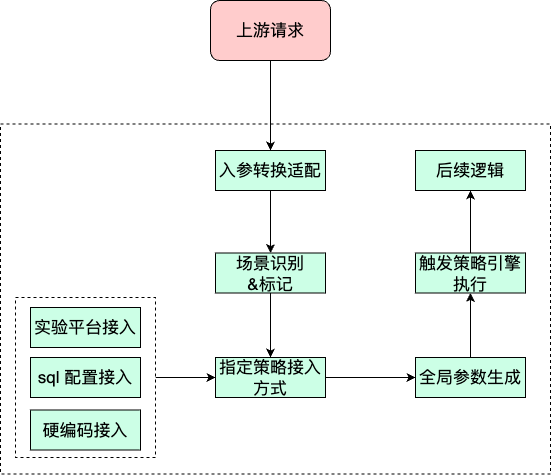
Earlier version of the draw.io export 策略配置方案分析.png (liujunao/draw-data). Source tidied: cells renumbered, new cells last; positions are measured from the earlier drawing's top-left corner, leaving out a move shared by most shapes.
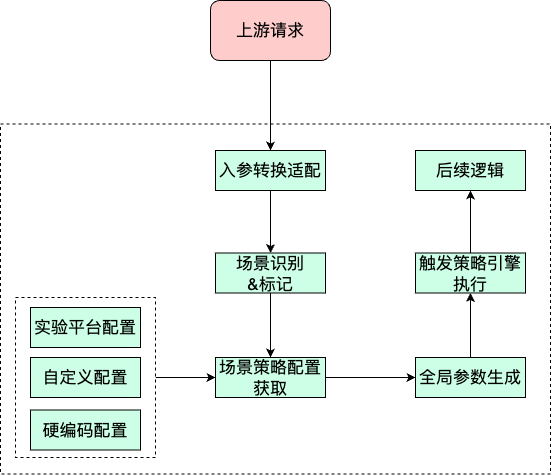
The same diagram one commit later.

Commit message:
更新策略配置方案分析.png

What changed in the source:
```diff
@@ -29,19 +29,19 @@
     <mxCell id="10" value="&lt;font size=&quot;3&quot;&gt;全局参数生成&lt;/font&gt;" style="rounded=0;whiteSpace=wrap;html=1;fillColor=#CCFFE6;" parent="1" vertex="1">
       <mxGeometry x="415" y="357" width="110" height="40" as="geometry" />
     </mxCell>
-    <mxCell id="11" value="&lt;font size=&quot;3&quot;&gt;硬编码接入&lt;/font&gt;" style="rounded=0;whiteSpace=wrap;html=1;fillColor=#CCFFE6;" parent="1" vertex="1">
+    <mxCell id="11" value="&lt;font size=&quot;3&quot;&gt;硬编码配置&lt;/font&gt;" style="rounded=0;whiteSpace=wrap;html=1;fillColor=#CCFFE6;" parent="1" vertex="1">
       <mxGeometry x="30" y="409.5" width="110" height="40" as="geometry" />
     </mxCell>
-    <mxCell id="12" value="&lt;font size=&quot;3&quot;&gt;sql 配置接入&lt;/font&gt;" style="rounded=0;whiteSpace=wrap;html=1;fillColor=#CCFFE6;" parent="1" vertex="1">
+    <mxCell id="12" value="&lt;font size=&quot;3&quot;&gt;自定义配置&lt;/font&gt;" style="rounded=0;whiteSpace=wrap;html=1;fillColor=#CCFFE6;" parent="1" vertex="1">
       <mxGeometry x="30" y="357" width="110" height="40" as="geometry" />
     </mxCell>
-    <mxCell id="13" value="&lt;font size=&quot;3&quot;&gt;实验平台接入&lt;/font&gt;" style="rounded=0;whiteSpace=wrap;html=1;fillColor=#CCFFE6;" parent="1" vertex="1">
+    <mxCell id="13" value="&lt;font size=&quot;3&quot;&gt;实验平台配置&lt;/font&gt;" style="rounded=0;whiteSpace=wrap;html=1;fillColor=#CCFFE6;" parent="1" vertex="1">
       <mxGeometry x="30" y="307" width="110" height="40" as="geometry" />
     </mxCell>
     <mxCell id="14" style="edgeStyle=orthogonalEdgeStyle;rounded=0;jettySize=auto;html=1;exitX=1;exitY=0.5;exitDx=0;exitDy=0;entryX=0;entryY=0.5;entryDx=0;entryDy=0;" parent="1" edge="1" source="15" target="10">
       <mxGeometry relative="1" as="geometry" />
     </mxCell>
-    <mxCell id="15" value="&lt;font size=&quot;3&quot;&gt;指定策略接入方式&lt;/font&gt;" style="rounded=0;whiteSpace=wrap;html=1;fillColor=#CCFFE6;" parent="1" vertex="1">
+    <mxCell id="15" value="&lt;font size=&quot;3&quot;&gt;场景策略配置获取&lt;/font&gt;" style="rounded=0;whiteSpace=wrap;html=1;fillColor=#CCFFE6;" parent="1" vertex="1">
       <mxGeometry x="215" y="357" width="110" height="40" as="geometry" />
     </mxCell>
     <mxCell id="16" style="edgeStyle=orthogonalEdgeStyle;rounded=0;jettySize=auto;html=1;exitX=0.5;exitY=1;exitDx=0;exitDy=0;entryX=0.5;entryY=0;entryDx=0;entryDy=0;" parent="1" edge="1" source="17" target="6">
```
